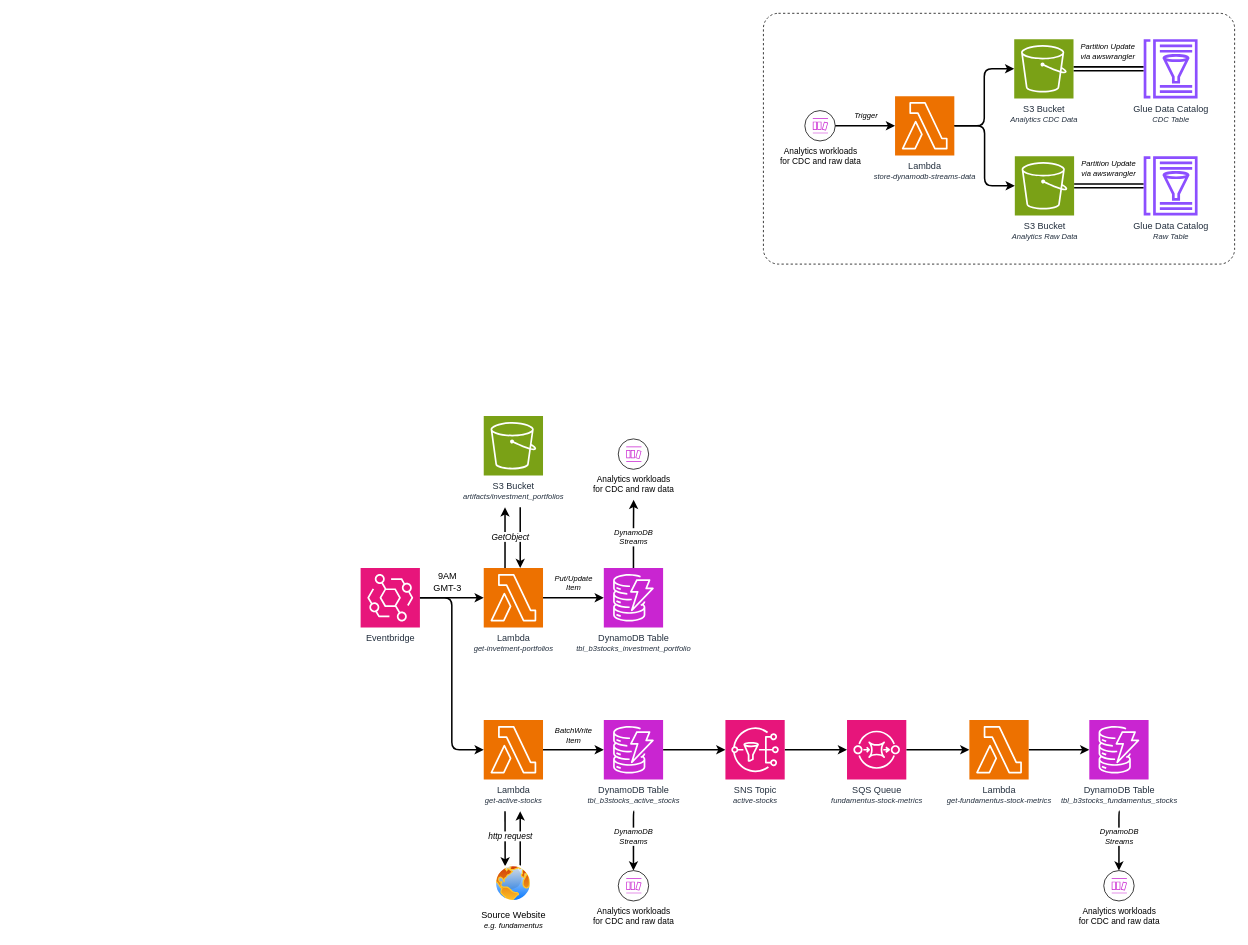
The draw.io diagram page "v1" (2 of 2) of docs/architecture/architecture.drawio in ThiagoPanini/b3stocks, before the edit. Source tidied: cells renumbered, new cells numbered last; positions are measured from the earlier drawing's top-left corner, leaving out a move shared by most shapes. Both pictures are drawn from the tidied source at 76%, with x=0, y=0 at pixel (360, 13).
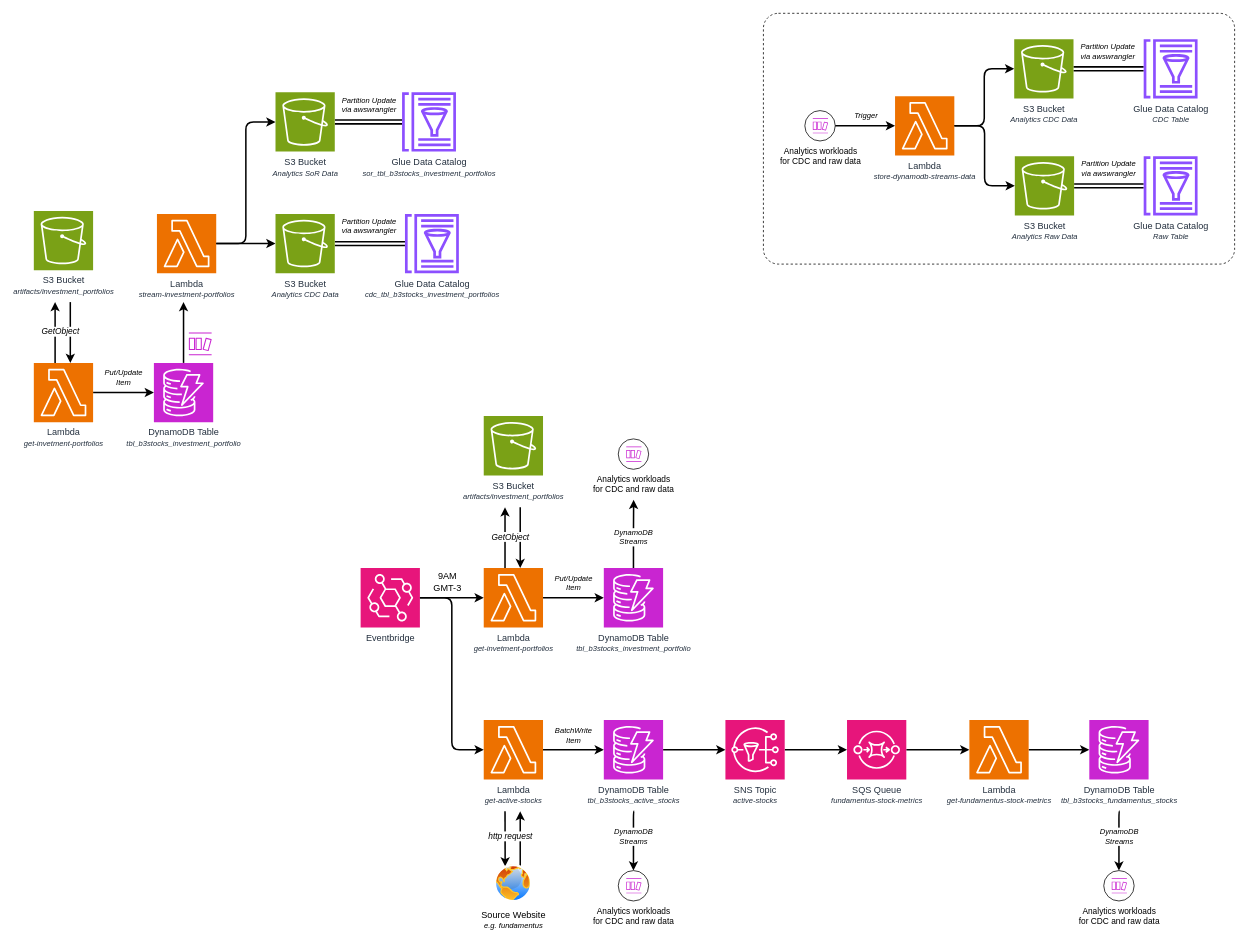
Above is the later version.

Change to the diagram source:
```diff
@@
+    <mxCell id="65" style="edgeStyle=orthogonalEdgeStyle;shape=connector;rounded=1;html=1;strokeColor=default;strokeWidth=2;align=center;verticalAlign=middle;fontFamily=Helvetica;fontSize=11;fontColor=default;labelBackgroundColor=default;endArrow=classic;" parent="1" edge="1" target="69">
+      <mxGeometry relative="1" as="geometry">
+        <mxPoint x="-382" y="380" as="sourcePoint" />
+        <Array as="points">
+          <mxPoint x="-382" y="420" />
+          <mxPoint x="-382" y="420" />
+        </Array>
+      </mxGeometry>
+    </mxCell>
+    <mxCell id="66" value="&lt;font face=&quot;Itau Display&quot;&gt;S3 Bucket&lt;/font&gt;&lt;div&gt;&lt;font style=&quot;font-size: 10px;&quot; face=&quot;Helvetica&quot;&gt;&lt;i&gt;artifacts/investment_portfolios&lt;/i&gt;&lt;/font&gt;&lt;/div&gt;" style="fontColor=#232F3E;fillColor=#7AA116;strokeColor=#ffffff;dashed=0;verticalLabelPosition=bottom;verticalAlign=top;align=center;html=1;fontSize=12;fontStyle=0;shape=mxgraph.aws4.resourceIcon;resIcon=mxgraph.aws4.s3;" parent="1" vertex="1">
+      <mxGeometry x="-430" y="260" width="78" height="78" as="geometry" />
+    </mxCell>
+    <mxCell id="67" style="edgeStyle=orthogonalEdgeStyle;shape=connector;rounded=1;html=1;strokeColor=default;strokeWidth=2;align=center;verticalAlign=middle;fontFamily=Helvetica;fontSize=11;fontColor=default;labelBackgroundColor=default;endArrow=classic;" parent="1" edge="1" source="69">
+      <mxGeometry relative="1" as="geometry">
+        <mxPoint x="-402" y="380" as="targetPoint" />
+        <Array as="points">
+          <mxPoint x="-401" y="460" />
+          <mxPoint x="-401" y="460" />
+        </Array>
+      </mxGeometry>
+    </mxCell>
+    <mxCell id="68" style="edgeStyle=orthogonalEdgeStyle;shape=connector;rounded=1;html=1;strokeColor=default;strokeWidth=2;align=center;verticalAlign=middle;fontFamily=Helvetica;fontSize=11;fontColor=default;labelBackgroundColor=default;endArrow=classic;exitX=1;exitY=0.5;exitDx=0;exitDy=0;exitPerimeter=0;entryX=0;entryY=0.5;entryDx=0;entryDy=0;entryPerimeter=0;" parent="1" edge="1" source="69" target="70">
+      <mxGeometry relative="1" as="geometry" />
+    </mxCell>
+    <mxCell id="69" value="Lambda&lt;div&gt;&lt;i&gt;&lt;font style=&quot;font-size: 10px;&quot; face=&quot;Helvetica&quot;&gt;get-invetment-portfolios&lt;/font&gt;&lt;/i&gt;&lt;/div&gt;" style="sketch=0;points=[[0,0,0],[0.25,0,0],[0.5,0,0],[0.75,0,0],[1,0,0],[0,1,0],[0.25,1,0],[0.5,1,0],[0.75,1,0],[1,1,0],[0,0.25,0],[0,0.5,0],[0,0.75,0],[1,0.25,0],[1,0.5,0],[1,0.75,0]];outlineConnect=0;fontColor=#232F3E;fillColor=#ED7100;strokeColor=#ffffff;dashed=0;verticalLabelPosition=bottom;verticalAlign=top;align=center;html=1;fontSize=12;fontStyle=0;shape=mxgraph.aws4.resourceIcon;resIcon=mxgraph.aws4.lambda;fontFamily=Itau Display;" parent="1" vertex="1">
+      <mxGeometry x="-430" y="460" width="78" height="78" as="geometry" />
+    </mxCell>
+    <mxCell id="70" value="&lt;font face=&quot;Itau Display&quot;&gt;DynamoDB Table&lt;/font&gt;&lt;div&gt;&lt;font style=&quot;font-size: 10px;&quot; face=&quot;Helvetica&quot;&gt;&lt;i style=&quot;&quot;&gt;tbl_b3stocks_investment_portfolio&lt;/i&gt;&lt;/font&gt;&lt;/div&gt;" style="points=[[0,0,0],[0.25,0,0],[0.5,0,0],[0.75,0,0],[1,0,0],[0,1,0],[0.25,1,0],[0.5,1,0],[0.75,1,0],[1,1,0],[0,0.25,0],[0,0.5,0],[0,0.75,0],[1,0.25,0],[1,0.5,0],[1,0.75,0]];outlineConnect=0;fontColor=#232F3E;fillColor=#C925D1;strokeColor=#ffffff;dashed=0;verticalLabelPosition=bottom;verticalAlign=top;align=center;html=1;fontSize=12;fontStyle=0;shape=mxgraph.aws4.resourceIcon;resIcon=mxgraph.aws4.dynamodb;fontFamily=Helvetica;labelBackgroundColor=none;" parent="1" vertex="1">
+      <mxGeometry x="-272" y="460" width="78" height="78" as="geometry" />
+    </mxCell>
+    <mxCell id="71" value="&lt;i&gt;GetObject&lt;/i&gt;" style="text;html=1;align=center;verticalAlign=middle;strokeColor=none;fillColor=none;fontFamily=Helvetica;fontSize=11;fontColor=default;labelBackgroundColor=default;" parent="1" vertex="1">
+      <mxGeometry x="-430" y="404" width="70" height="30" as="geometry" />
+    </mxCell>
+    <mxCell id="72" value="&lt;i&gt;Put/Update&lt;/i&gt;&lt;div&gt;&lt;i&gt;Item&lt;/i&gt;&lt;/div&gt;" style="text;html=1;align=center;verticalAlign=middle;strokeColor=none;fillColor=none;fontSize=10;" parent="1" vertex="1">
+      <mxGeometry x="-347" y="459" width="70" height="40" as="geometry" />
+    </mxCell>
+    <mxCell id="73" style="edgeStyle=orthogonalEdgeStyle;shape=connector;rounded=1;html=1;strokeColor=default;strokeWidth=2;align=center;verticalAlign=middle;fontFamily=Helvetica;fontSize=11;fontColor=default;labelBackgroundColor=default;endArrow=classic;" parent="1" edge="1" source="70">
+      <mxGeometry relative="1" as="geometry">
+        <mxPoint x="-233" y="380" as="targetPoint" />
+      </mxGeometry>
+    </mxCell>
+    <mxCell id="74" style="edgeStyle=orthogonalEdgeStyle;shape=connector;rounded=1;html=1;strokeColor=default;strokeWidth=2;align=center;verticalAlign=middle;fontFamily=Helvetica;fontSize=11;fontColor=default;labelBackgroundColor=default;endArrow=classic;" parent="1" edge="1" source="75" target="77">
+      <mxGeometry relative="1" as="geometry" />
+    </mxCell>
+    <mxCell id="75" value="Lambda&lt;div&gt;&lt;font face=&quot;Helvetica&quot;&gt;&lt;span style=&quot;font-size: 10px;&quot;&gt;&lt;i&gt;stream-investment-portfolios&lt;/i&gt;&lt;/span&gt;&lt;/font&gt;&lt;/div&gt;" style="sketch=0;points=[[0,0,0],[0.25,0,0],[0.5,0,0],[0.75,0,0],[1,0,0],[0,1,0],[0.25,1,0],[0.5,1,0],[0.75,1,0],[1,1,0],[0,0.25,0],[0,0.5,0],[0,0.75,0],[1,0.25,0],[1,0.5,0],[1,0.75,0]];outlineConnect=0;fontColor=#232F3E;fillColor=#ED7100;strokeColor=#ffffff;dashed=0;verticalLabelPosition=bottom;verticalAlign=top;align=center;html=1;fontSize=12;fontStyle=0;shape=mxgraph.aws4.resourceIcon;resIcon=mxgraph.aws4.lambda;fontFamily=Itau Display;" parent="1" vertex="1">
+      <mxGeometry x="-268" y="264" width="78" height="78" as="geometry" />
+    </mxCell>
+    <mxCell id="76" style="edgeStyle=orthogonalEdgeStyle;shape=link;rounded=1;html=1;strokeColor=default;strokeWidth=2;align=center;verticalAlign=middle;fontFamily=Helvetica;fontSize=11;fontColor=default;labelBackgroundColor=default;endArrow=classic;" parent="1" edge="1" source="77" target="78">
+      <mxGeometry relative="1" as="geometry" />
+    </mxCell>
+    <mxCell id="77" value="&lt;font face=&quot;Itau Display&quot;&gt;S3 Bucket&lt;/font&gt;&lt;div&gt;&lt;span style=&quot;font-size: 10px;&quot;&gt;&lt;i&gt;Analytics CDC Data&lt;/i&gt;&lt;/span&gt;&lt;/div&gt;" style="points=[[0,0,0],[0.25,0,0],[0.5,0,0],[0.75,0,0],[1,0,0],[0,1,0],[0.25,1,0],[0.5,1,0],[0.75,1,0],[1,1,0],[0,0.25,0],[0,0.5,0],[0,0.75,0],[1,0.25,0],[1,0.5,0],[1,0.75,0]];outlineConnect=0;fontColor=#232F3E;fillColor=#7AA116;strokeColor=#ffffff;dashed=0;verticalLabelPosition=bottom;verticalAlign=top;align=center;html=1;fontSize=12;fontStyle=0;shape=mxgraph.aws4.resourceIcon;resIcon=mxgraph.aws4.s3;" parent="1" vertex="1">
+      <mxGeometry x="-112" y="264" width="78" height="78" as="geometry" />
+    </mxCell>
+    <mxCell id="78" value="&lt;font style=&quot;scrollbar-color: rgb(75, 75, 75) rgb(27, 29, 30);&quot; face=&quot;Itau Display&quot;&gt;Glue Data Catalog&lt;/font&gt;&lt;div style=&quot;scrollbar-color: rgb(75, 75, 75) rgb(27, 29, 30);&quot;&gt;&lt;font style=&quot;scrollbar-color: rgb(75, 75, 75) rgb(27, 29, 30); font-size: 10px;&quot; face=&quot;Helvetica&quot;&gt;&lt;i style=&quot;scrollbar-color: rgb(75, 75, 75) rgb(27, 29, 30);&quot;&gt;cdc_tbl_b3stocks_investment_portfolios&lt;/i&gt;&lt;/font&gt;&lt;/div&gt;" style="sketch=0;outlineConnect=0;fontColor=light-dark(#232F3E,#C0C0C0);gradientColor=none;fillColor=#8C4FFF;strokeColor=none;dashed=0;verticalLabelPosition=bottom;verticalAlign=top;align=center;html=1;fontSize=12;fontStyle=0;shape=mxgraph.aws4.glue_data_catalog;fontFamily=Helvetica;labelBackgroundColor=none;" parent="1" vertex="1">
+      <mxGeometry x="57.8" y="264" width="72" height="78" as="geometry" />
+    </mxCell>
+    <mxCell id="79" style="edgeStyle=orthogonalEdgeStyle;shape=link;rounded=1;html=1;strokeColor=default;strokeWidth=2;align=center;verticalAlign=middle;fontFamily=Helvetica;fontSize=11;fontColor=default;labelBackgroundColor=default;endArrow=classic;" parent="1" edge="1" source="80" target="81">
+      <mxGeometry relative="1" as="geometry" />
+    </mxCell>
+    <mxCell id="80" value="&lt;font face=&quot;Itau Display&quot;&gt;S3 Bucket&lt;/font&gt;&lt;div&gt;&lt;font style=&quot;font-size: 10px;&quot; face=&quot;Helvetica&quot;&gt;&lt;i&gt;Analytics SoR Data&lt;/i&gt;&lt;/font&gt;&lt;/div&gt;" style="points=[[0,0,0],[0.25,0,0],[0.5,0,0],[0.75,0,0],[1,0,0],[0,1,0],[0.25,1,0],[0.5,1,0],[0.75,1,0],[1,1,0],[0,0.25,0],[0,0.5,0],[0,0.75,0],[1,0.25,0],[1,0.5,0],[1,0.75,0]];outlineConnect=0;fontColor=#232F3E;fillColor=#7AA116;strokeColor=#ffffff;dashed=0;verticalLabelPosition=bottom;verticalAlign=top;align=center;html=1;fontSize=12;fontStyle=0;shape=mxgraph.aws4.resourceIcon;resIcon=mxgraph.aws4.s3;" parent="1" vertex="1">
+      <mxGeometry x="-112" y="104" width="78" height="78" as="geometry" />
+    </mxCell>
+    <mxCell id="81" value="&lt;font style=&quot;scrollbar-color: rgb(75, 75, 75) rgb(27, 29, 30);&quot; face=&quot;Itau Display&quot;&gt;Glue Data Catalog&lt;/font&gt;&lt;div style=&quot;scrollbar-color: rgb(75, 75, 75) rgb(27, 29, 30);&quot;&gt;&lt;font style=&quot;scrollbar-color: rgb(75, 75, 75) rgb(27, 29, 30); font-size: 10px;&quot; face=&quot;Helvetica&quot;&gt;&lt;i style=&quot;scrollbar-color: rgb(75, 75, 75) rgb(27, 29, 30);&quot;&gt;sor_tbl_b3stocks_investment_portfolios&lt;/i&gt;&lt;/font&gt;&lt;/div&gt;" style="sketch=0;outlineConnect=0;fontColor=light-dark(#232F3E,#C0C0C0);gradientColor=none;fillColor=#8C4FFF;strokeColor=none;dashed=0;verticalLabelPosition=bottom;verticalAlign=top;align=center;html=1;fontSize=12;fontStyle=0;shape=mxgraph.aws4.glue_data_catalog;fontFamily=Helvetica;labelBackgroundColor=none;" parent="1" vertex="1">
+      <mxGeometry x="54" y="104" width="72" height="78" as="geometry" />
+    </mxCell>
+    <mxCell id="82" value="&lt;i&gt;Partition Update&lt;/i&gt;&lt;div&gt;&lt;i&gt;via awswrangler&lt;/i&gt;&lt;/div&gt;" style="text;html=1;align=center;verticalAlign=middle;strokeColor=none;fillColor=none;fontFamily=Helvetica;fontSize=10;fontColor=default;labelBackgroundColor=none;" parent="1" vertex="1">
+      <mxGeometry x="-38.8" y="100" width="100" height="40" as="geometry" />
+    </mxCell>
+    <mxCell id="83" value="&lt;i&gt;Partition Update&lt;/i&gt;&lt;div&gt;&lt;i&gt;via awswrangler&lt;/i&gt;&lt;/div&gt;" style="text;html=1;align=center;verticalAlign=middle;strokeColor=none;fillColor=none;fontFamily=Helvetica;fontSize=10;fontColor=default;labelBackgroundColor=none;" parent="1" vertex="1">
+      <mxGeometry x="-39.2" y="260" width="100" height="40" as="geometry" />
+    </mxCell>
+    <mxCell id="84" style="edgeStyle=orthogonalEdgeStyle;shape=connector;rounded=1;html=1;entryX=0;entryY=0.5;entryDx=0;entryDy=0;entryPerimeter=0;strokeColor=default;strokeWidth=2;align=center;verticalAlign=middle;fontFamily=Helvetica;fontSize=11;fontColor=default;labelBackgroundColor=default;endArrow=classic;" parent="1" edge="1" source="75" target="80">
+      <mxGeometry relative="1" as="geometry" />
+    </mxCell>
+    <mxCell id="85" style="sketch=0;fontColor=#232F3E;gradientColor=none;fillColor=#C925D1;strokeColor=none;dashed=0;verticalLabelPosition=bottom;verticalAlign=top;align=center;html=1;fontSize=12;fontStyle=0;shape=mxgraph.aws4.dynamodb_stream;fontFamily=Helvetica;labelBackgroundColor=default;" parent="1" vertex="1">
+      <mxGeometry x="-226" y="420" width="30" height="30" as="geometry" />
+    </mxCell>
```
